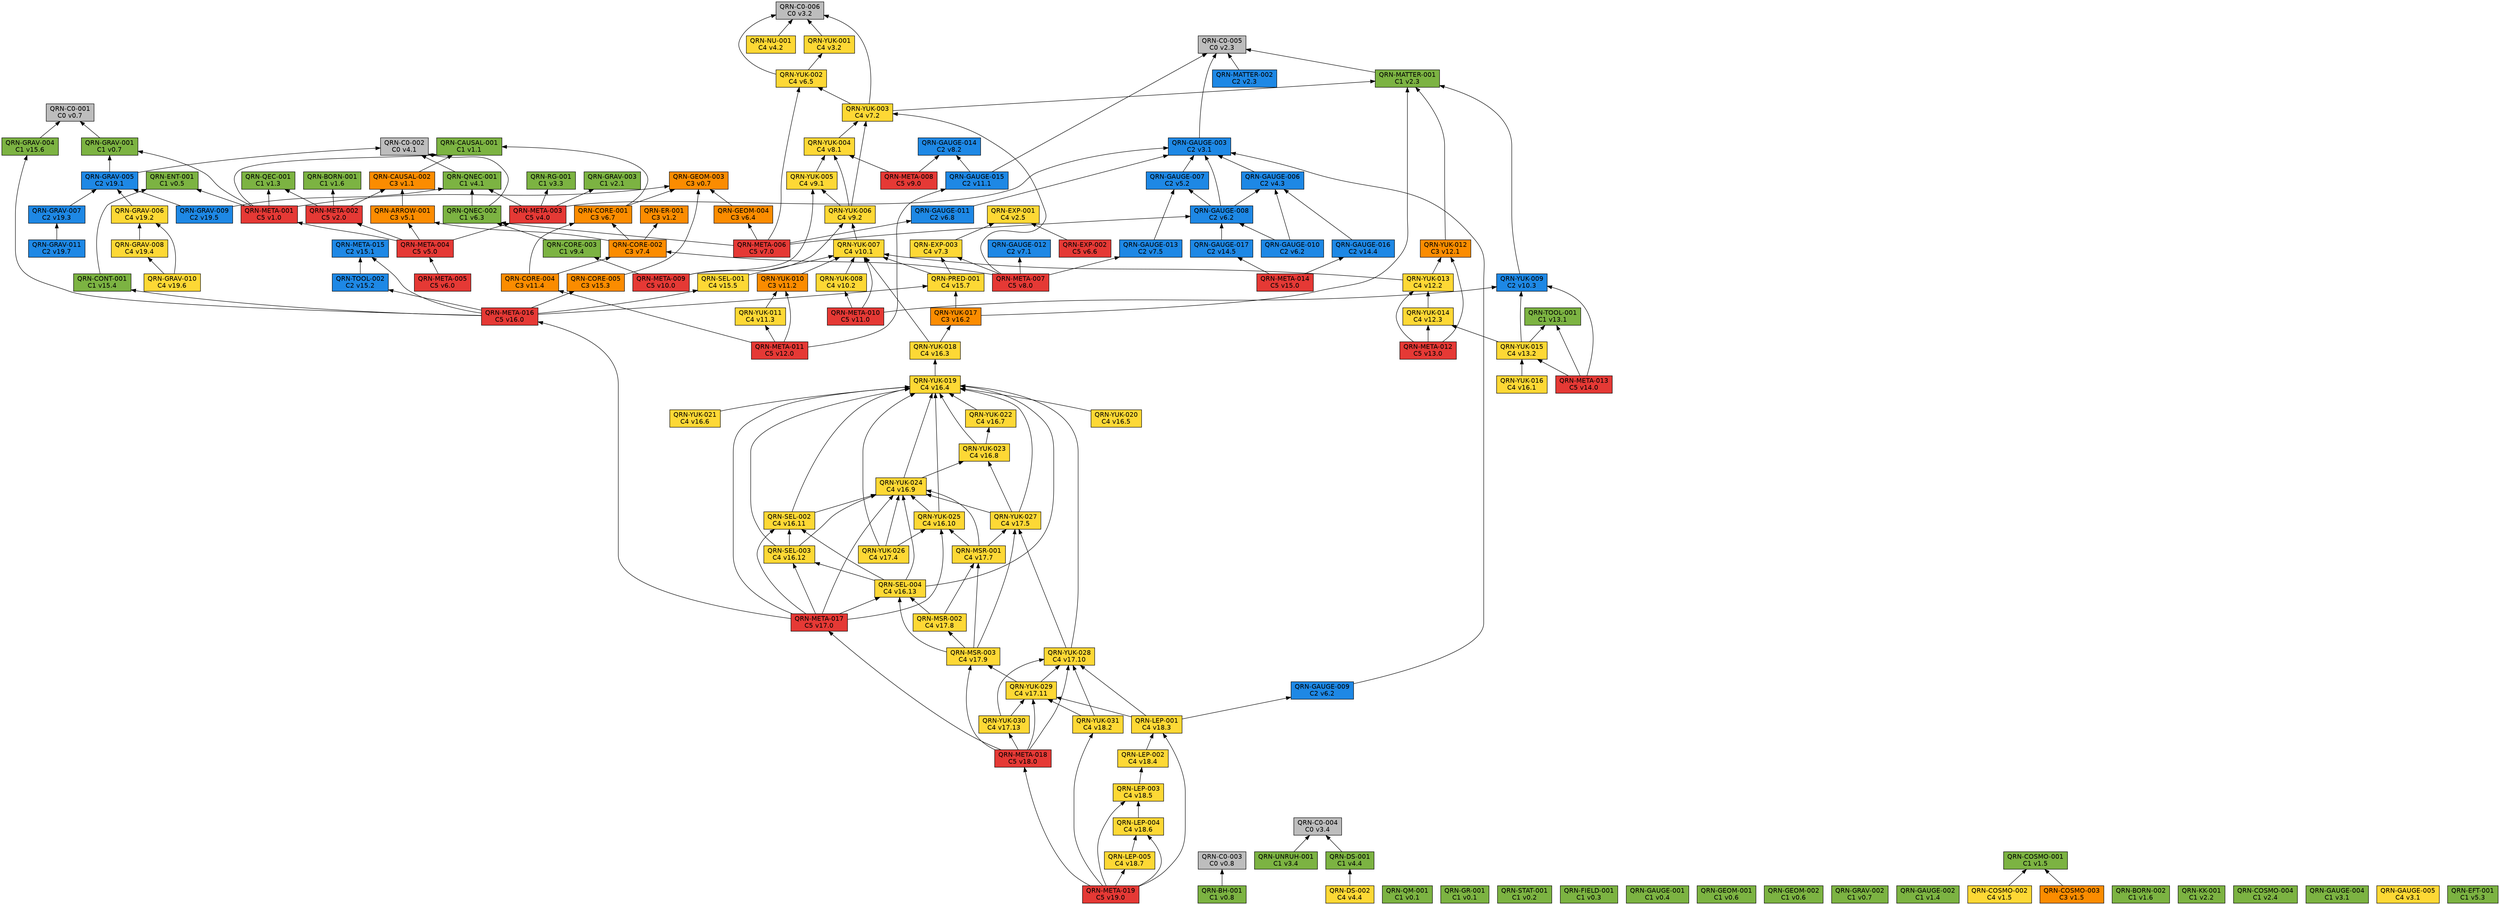
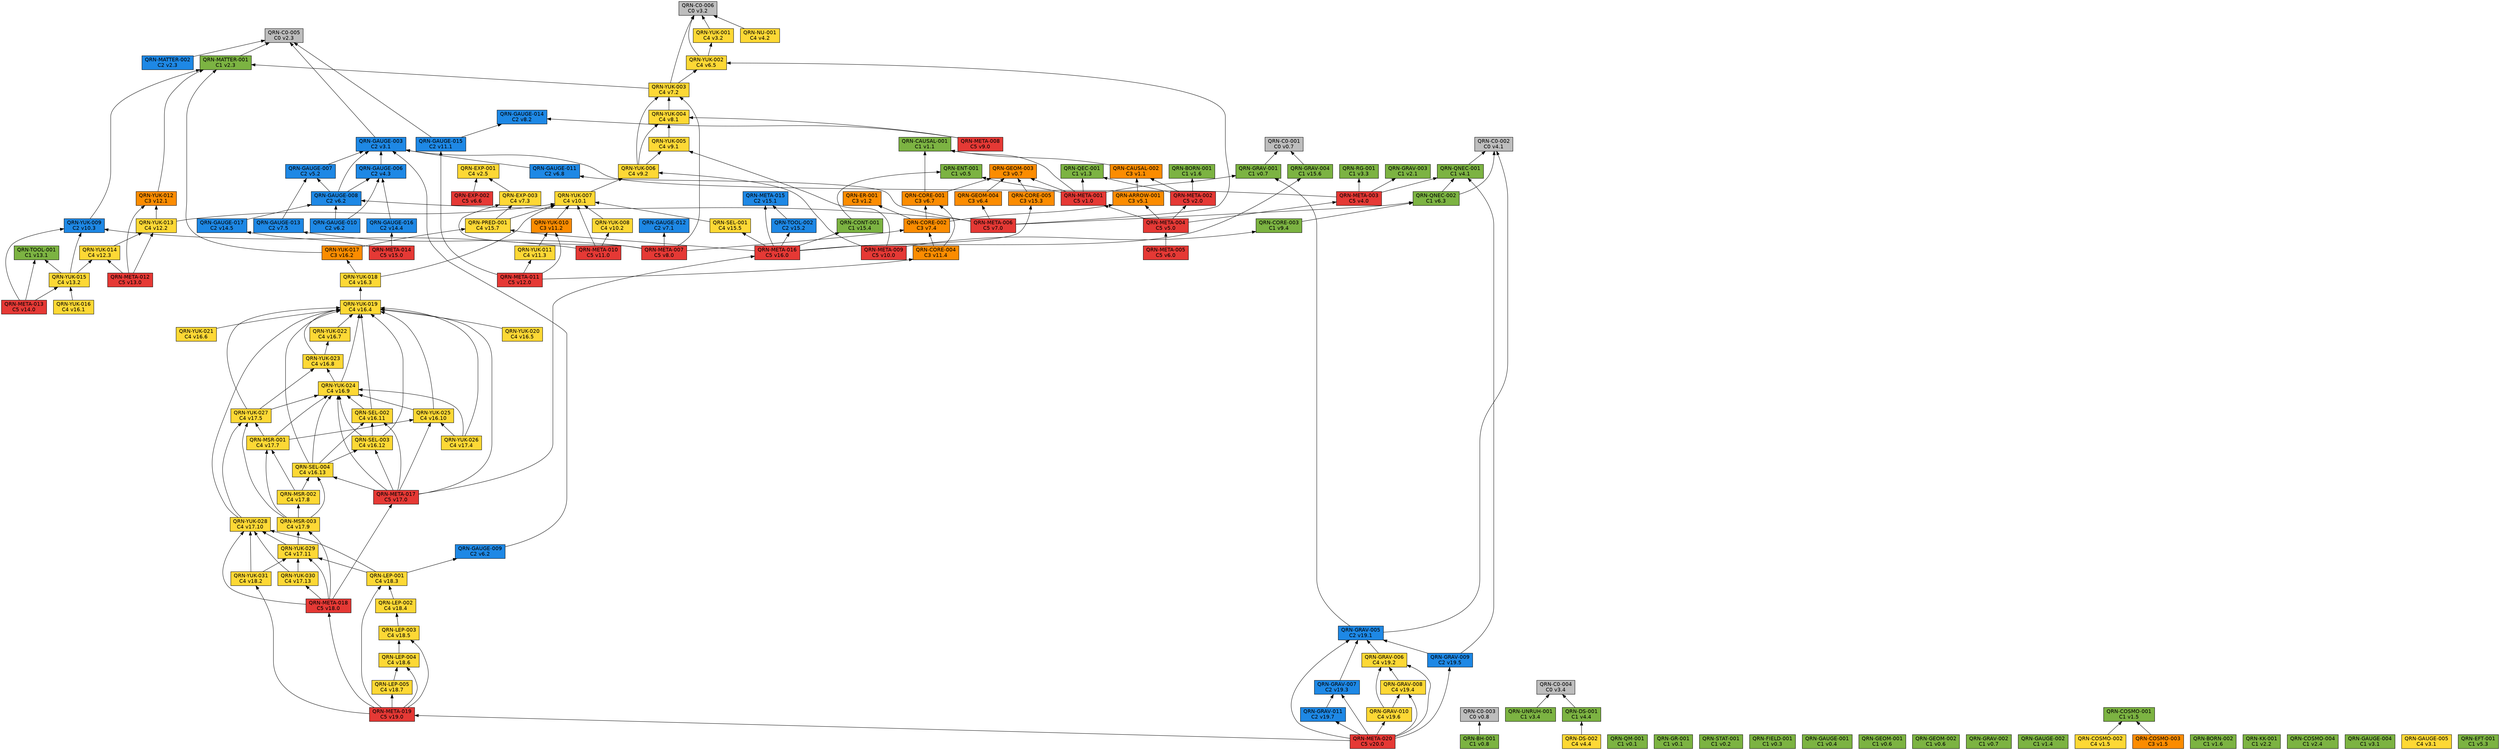
// 自動生成 (dag/report.pl) — QRN 主張依存グラフ
digraph qrn {
  rankdir=BT;
  node [shape=box, style=filled, fontname="Helvetica"];
  "QRN-C0-001" [fillcolor="#bdbdbd", label="QRN-C0-001\nC0 v0.7"];
  "QRN-C0-002" [fillcolor="#bdbdbd", label="QRN-C0-002\nC0 v4.1"];
  "QRN-C0-003" [fillcolor="#bdbdbd", label="QRN-C0-003\nC0 v0.8"];
  "QRN-C0-004" [fillcolor="#bdbdbd", label="QRN-C0-004\nC0 v3.4"];
  "QRN-C0-005" [fillcolor="#bdbdbd", label="QRN-C0-005\nC0 v2.3"];
  "QRN-C0-006" [fillcolor="#bdbdbd", label="QRN-C0-006\nC0 v3.2"];
  "QRN-QM-001" [fillcolor="#7cb342", label="QRN-QM-001\nC1 v0.1"];
  "QRN-GR-001" [fillcolor="#7cb342", label="QRN-GR-001\nC1 v0.1"];
  "QRN-STAT-001" [fillcolor="#7cb342", label="QRN-STAT-001\nC1 v0.2"];
  "QRN-FIELD-001" [fillcolor="#7cb342", label="QRN-FIELD-001\nC1 v0.3"];
  "QRN-GAUGE-001" [fillcolor="#7cb342", label="QRN-GAUGE-001\nC1 v0.4"];
  "QRN-ENT-001" [fillcolor="#7cb342", label="QRN-ENT-001\nC1 v0.5"];
  "QRN-GEOM-001" [fillcolor="#7cb342", label="QRN-GEOM-001\nC1 v0.6"];
  "QRN-GEOM-002" [fillcolor="#7cb342", label="QRN-GEOM-002\nC1 v0.6"];
  "QRN-GEOM-003" [fillcolor="#fb8c00", label="QRN-GEOM-003\nC3 v0.7"];
  "QRN-GRAV-001" [fillcolor="#7cb342", label="QRN-GRAV-001\nC1 v0.7"];
  "QRN-GRAV-002" [fillcolor="#7cb342", label="QRN-GRAV-002\nC1 v0.7"];
  "QRN-BH-001" [fillcolor="#7cb342", label="QRN-BH-001\nC1 v0.8"];
  "QRN-CAUSAL-001" [fillcolor="#7cb342", label="QRN-CAUSAL-001\nC1 v1.1"];
  "QRN-CAUSAL-002" [fillcolor="#fb8c00", label="QRN-CAUSAL-002\nC3 v1.1"];
  "QRN-ER-001" [fillcolor="#fb8c00", label="QRN-ER-001\nC3 v1.2"];
  "QRN-QEC-001" [fillcolor="#7cb342", label="QRN-QEC-001\nC1 v1.3"];
  "QRN-GAUGE-002" [fillcolor="#7cb342", label="QRN-GAUGE-002\nC1 v1.4"];
  "QRN-COSMO-001" [fillcolor="#7cb342", label="QRN-COSMO-001\nC1 v1.5"];
  "QRN-COSMO-002" [fillcolor="#fdd835", label="QRN-COSMO-002\nC4 v1.5"];
  "QRN-COSMO-003" [fillcolor="#fb8c00", label="QRN-COSMO-003\nC3 v1.5"];
  "QRN-BORN-001" [fillcolor="#7cb342", label="QRN-BORN-001\nC1 v1.6"];
  "QRN-BORN-002" [fillcolor="#7cb342", label="QRN-BORN-002\nC1 v1.6"];
  "QRN-GRAV-003" [fillcolor="#7cb342", label="QRN-GRAV-003\nC1 v2.1"];
  "QRN-KK-001" [fillcolor="#7cb342", label="QRN-KK-001\nC1 v2.2"];
  "QRN-MATTER-001" [fillcolor="#7cb342", label="QRN-MATTER-001\nC1 v2.3"];
  "QRN-MATTER-002" [fillcolor="#1e88e5", label="QRN-MATTER-002\nC2 v2.3"];
  "QRN-COSMO-004" [fillcolor="#7cb342", label="QRN-COSMO-004\nC1 v2.4"];
  "QRN-EXP-001" [fillcolor="#fdd835", label="QRN-EXP-001\nC4 v2.5"];
  "QRN-GAUGE-003" [fillcolor="#1e88e5", label="QRN-GAUGE-003\nC2 v3.1"];
  "QRN-GAUGE-004" [fillcolor="#7cb342", label="QRN-GAUGE-004\nC1 v3.1"];
  "QRN-GAUGE-005" [fillcolor="#fdd835", label="QRN-GAUGE-005\nC4 v3.1"];
  "QRN-YUK-001" [fillcolor="#fdd835", label="QRN-YUK-001\nC4 v3.2"];
  "QRN-RG-001" [fillcolor="#7cb342", label="QRN-RG-001\nC1 v3.3"];
  "QRN-UNRUH-001" [fillcolor="#7cb342", label="QRN-UNRUH-001\nC1 v3.4"];
  "QRN-QNEC-001" [fillcolor="#7cb342", label="QRN-QNEC-001\nC1 v4.1"];
  "QRN-NU-001" [fillcolor="#fdd835", label="QRN-NU-001\nC4 v4.2"];
  "QRN-GAUGE-006" [fillcolor="#1e88e5", label="QRN-GAUGE-006\nC2 v4.3"];
  "QRN-DS-001" [fillcolor="#7cb342", label="QRN-DS-001\nC1 v4.4"];
  "QRN-DS-002" [fillcolor="#fdd835", label="QRN-DS-002\nC4 v4.4"];
  "QRN-ARROW-001" [fillcolor="#fb8c00", label="QRN-ARROW-001\nC3 v5.1"];
  "QRN-GAUGE-007" [fillcolor="#1e88e5", label="QRN-GAUGE-007\nC2 v5.2"];
  "QRN-EFT-001" [fillcolor="#7cb342", label="QRN-EFT-001\nC1 v5.3"];
  "QRN-GAUGE-008" [fillcolor="#1e88e5", label="QRN-GAUGE-008\nC2 v6.2"];
  "QRN-GAUGE-009" [fillcolor="#1e88e5", label="QRN-GAUGE-009\nC2 v6.2"];
  "QRN-GAUGE-010" [fillcolor="#1e88e5", label="QRN-GAUGE-010\nC2 v6.2"];
  "QRN-QNEC-002" [fillcolor="#7cb342", label="QRN-QNEC-002\nC1 v6.3"];
  "QRN-GEOM-004" [fillcolor="#fb8c00", label="QRN-GEOM-004\nC3 v6.4"];
  "QRN-YUK-002" [fillcolor="#fdd835", label="QRN-YUK-002\nC4 v6.5"];
  "QRN-EXP-002" [fillcolor="#e53935", label="QRN-EXP-002\nC5 v6.6"];
  "QRN-CORE-001" [fillcolor="#fb8c00", label="QRN-CORE-001\nC3 v6.7"];
  "QRN-GAUGE-011" [fillcolor="#1e88e5", label="QRN-GAUGE-011\nC2 v6.8"];
  "QRN-GAUGE-012" [fillcolor="#1e88e5", label="QRN-GAUGE-012\nC2 v7.1"];
  "QRN-YUK-003" [fillcolor="#fdd835", label="QRN-YUK-003\nC4 v7.2"];
  "QRN-EXP-003" [fillcolor="#fdd835", label="QRN-EXP-003\nC4 v7.3"];
  "QRN-CORE-002" [fillcolor="#fb8c00", label="QRN-CORE-002\nC3 v7.4"];
  "QRN-GAUGE-013" [fillcolor="#1e88e5", label="QRN-GAUGE-013\nC2 v7.5"];
  "QRN-YUK-004" [fillcolor="#fdd835", label="QRN-YUK-004\nC4 v8.1"];
  "QRN-GAUGE-014" [fillcolor="#1e88e5", label="QRN-GAUGE-014\nC2 v8.2"];
  "QRN-META-001" [fillcolor="#e53935", label="QRN-META-001\nC5 v1.0"];
  "QRN-META-002" [fillcolor="#e53935", label="QRN-META-002\nC5 v2.0"];
  "QRN-META-003" [fillcolor="#e53935", label="QRN-META-003\nC5 v4.0"];
  "QRN-META-004" [fillcolor="#e53935", label="QRN-META-004\nC5 v5.0"];
  "QRN-META-005" [fillcolor="#e53935", label="QRN-META-005\nC5 v6.0"];
  "QRN-META-006" [fillcolor="#e53935", label="QRN-META-006\nC5 v7.0"];
  "QRN-META-007" [fillcolor="#e53935", label="QRN-META-007\nC5 v8.0"];
  "QRN-META-008" [fillcolor="#e53935", label="QRN-META-008\nC5 v9.0"];
  "QRN-YUK-005" [fillcolor="#fdd835", label="QRN-YUK-005\nC4 v9.1"];
  "QRN-YUK-006" [fillcolor="#fdd835", label="QRN-YUK-006\nC4 v9.2"];
  "QRN-CORE-003" [fillcolor="#7cb342", label="QRN-CORE-003\nC1 v9.4"];
  "QRN-META-009" [fillcolor="#e53935", label="QRN-META-009\nC5 v10.0"];
  "QRN-YUK-007" [fillcolor="#fdd835", label="QRN-YUK-007\nC4 v10.1"];
  "QRN-YUK-008" [fillcolor="#fdd835", label="QRN-YUK-008\nC4 v10.2"];
  "QRN-YUK-009" [fillcolor="#1e88e5", label="QRN-YUK-009\nC2 v10.3"];
  "QRN-META-010" [fillcolor="#e53935", label="QRN-META-010\nC5 v11.0"];
  "QRN-GAUGE-015" [fillcolor="#1e88e5", label="QRN-GAUGE-015\nC2 v11.1"];
  "QRN-YUK-010" [fillcolor="#fb8c00", label="QRN-YUK-010\nC3 v11.2"];
  "QRN-YUK-011" [fillcolor="#fdd835", label="QRN-YUK-011\nC4 v11.3"];
  "QRN-CORE-004" [fillcolor="#fb8c00", label="QRN-CORE-004\nC3 v11.4"];
  "QRN-META-011" [fillcolor="#e53935", label="QRN-META-011\nC5 v12.0"];
  "QRN-YUK-012" [fillcolor="#fb8c00", label="QRN-YUK-012\nC3 v12.1"];
  "QRN-YUK-013" [fillcolor="#fdd835", label="QRN-YUK-013\nC4 v12.2"];
  "QRN-YUK-014" [fillcolor="#fdd835", label="QRN-YUK-014\nC4 v12.3"];
  "QRN-META-012" [fillcolor="#e53935", label="QRN-META-012\nC5 v13.0"];
  "QRN-TOOL-001" [fillcolor="#7cb342", label="QRN-TOOL-001\nC1 v13.1"];
  "QRN-YUK-015" [fillcolor="#fdd835", label="QRN-YUK-015\nC4 v13.2"];
  "QRN-META-013" [fillcolor="#e53935", label="QRN-META-013\nC5 v14.0"];
  "QRN-GAUGE-016" [fillcolor="#1e88e5", label="QRN-GAUGE-016\nC2 v14.4"];
  "QRN-GAUGE-017" [fillcolor="#1e88e5", label="QRN-GAUGE-017\nC2 v14.5"];
  "QRN-META-014" [fillcolor="#e53935", label="QRN-META-014\nC5 v15.0"];
  "QRN-META-015" [fillcolor="#1e88e5", label="QRN-META-015\nC2 v15.1"];
  "QRN-TOOL-002" [fillcolor="#1e88e5", label="QRN-TOOL-002\nC2 v15.2"];
  "QRN-CORE-005" [fillcolor="#fb8c00", label="QRN-CORE-005\nC3 v15.3"];
  "QRN-CONT-001" [fillcolor="#7cb342", label="QRN-CONT-001\nC1 v15.4"];
  "QRN-SEL-001" [fillcolor="#fdd835", label="QRN-SEL-001\nC4 v15.5"];
  "QRN-GRAV-004" [fillcolor="#7cb342", label="QRN-GRAV-004\nC1 v15.6"];
  "QRN-PRED-001" [fillcolor="#fdd835", label="QRN-PRED-001\nC4 v15.7"];
  "QRN-META-016" [fillcolor="#e53935", label="QRN-META-016\nC5 v16.0"];
  "QRN-YUK-016" [fillcolor="#fdd835", label="QRN-YUK-016\nC4 v16.1"];
  "QRN-YUK-017" [fillcolor="#fb8c00", label="QRN-YUK-017\nC3 v16.2"];
  "QRN-YUK-018" [fillcolor="#fdd835", label="QRN-YUK-018\nC4 v16.3"];
  "QRN-YUK-019" [fillcolor="#fdd835", label="QRN-YUK-019\nC4 v16.4"];
  "QRN-YUK-020" [fillcolor="#fdd835", label="QRN-YUK-020\nC4 v16.5"];
  "QRN-YUK-021" [fillcolor="#fdd835", label="QRN-YUK-021\nC4 v16.6"];
  "QRN-YUK-022" [fillcolor="#fdd835", label="QRN-YUK-022\nC4 v16.7"];
  "QRN-YUK-023" [fillcolor="#fdd835", label="QRN-YUK-023\nC4 v16.8"];
  "QRN-YUK-024" [fillcolor="#fdd835", label="QRN-YUK-024\nC4 v16.9"];
  "QRN-YUK-025" [fillcolor="#fdd835", label="QRN-YUK-025\nC4 v16.10"];
  "QRN-SEL-002" [fillcolor="#fdd835", label="QRN-SEL-002\nC4 v16.11"];
  "QRN-SEL-003" [fillcolor="#fdd835", label="QRN-SEL-003\nC4 v16.12"];
  "QRN-SEL-004" [fillcolor="#fdd835", label="QRN-SEL-004\nC4 v16.13"];
  "QRN-META-017" [fillcolor="#e53935", label="QRN-META-017\nC5 v17.0"];
  "QRN-YUK-026" [fillcolor="#fdd835", label="QRN-YUK-026\nC4 v17.4"];
  "QRN-YUK-027" [fillcolor="#fdd835", label="QRN-YUK-027\nC4 v17.5"];
  "QRN-MSR-001" [fillcolor="#fdd835", label="QRN-MSR-001\nC4 v17.7"];
  "QRN-MSR-002" [fillcolor="#fdd835", label="QRN-MSR-002\nC4 v17.8"];
  "QRN-MSR-003" [fillcolor="#fdd835", label="QRN-MSR-003\nC4 v17.9"];
  "QRN-YUK-028" [fillcolor="#fdd835", label="QRN-YUK-028\nC4 v17.10"];
  "QRN-YUK-029" [fillcolor="#fdd835", label="QRN-YUK-029\nC4 v17.11"];
  "QRN-YUK-030" [fillcolor="#fdd835", label="QRN-YUK-030\nC4 v17.13"];
  "QRN-META-018" [fillcolor="#e53935", label="QRN-META-018\nC5 v18.0"];
  "QRN-YUK-031" [fillcolor="#fdd835", label="QRN-YUK-031\nC4 v18.2"];
  "QRN-LEP-001" [fillcolor="#fdd835", label="QRN-LEP-001\nC4 v18.3"];
  "QRN-LEP-002" [fillcolor="#fdd835", label="QRN-LEP-002\nC4 v18.4"];
  "QRN-LEP-003" [fillcolor="#fdd835", label="QRN-LEP-003\nC4 v18.5"];
  "QRN-LEP-004" [fillcolor="#fdd835", label="QRN-LEP-004\nC4 v18.6"];
  "QRN-LEP-005" [fillcolor="#fdd835", label="QRN-LEP-005\nC4 v18.7"];
  "QRN-META-019" [fillcolor="#e53935", label="QRN-META-019\nC5 v19.0"];
  "QRN-GRAV-005" [fillcolor="#1e88e5", label="QRN-GRAV-005\nC2 v19.1"];
  "QRN-GRAV-006" [fillcolor="#fdd835", label="QRN-GRAV-006\nC4 v19.2"];
  "QRN-GRAV-007" [fillcolor="#1e88e5", label="QRN-GRAV-007\nC2 v19.3"];
  "QRN-GRAV-008" [fillcolor="#fdd835", label="QRN-GRAV-008\nC4 v19.4"];
  "QRN-GRAV-009" [fillcolor="#1e88e5", label="QRN-GRAV-009\nC2 v19.5"];
  "QRN-GRAV-010" [fillcolor="#fdd835", label="QRN-GRAV-010\nC4 v19.6"];
  "QRN-GRAV-011" [fillcolor="#1e88e5", label="QRN-GRAV-011\nC2 v19.7"];
+   "QRN-META-020" [fillcolor="#e53935", label="QRN-META-020\nC5 v20.0"];
  "QRN-GRAV-001" -> "QRN-C0-001";
  "QRN-BH-001" -> "QRN-C0-003";
  "QRN-CAUSAL-002" -> "QRN-CAUSAL-001";
  "QRN-COSMO-002" -> "QRN-COSMO-001";
  "QRN-COSMO-003" -> "QRN-COSMO-001";
  "QRN-MATTER-001" -> "QRN-C0-005";
  "QRN-MATTER-002" -> "QRN-C0-005";
  "QRN-GAUGE-003" -> "QRN-C0-005";
  "QRN-YUK-001" -> "QRN-C0-006";
  "QRN-UNRUH-001" -> "QRN-C0-004";
  "QRN-QNEC-001" -> "QRN-C0-002";
  "QRN-NU-001" -> "QRN-C0-006";
  "QRN-GAUGE-006" -> "QRN-GAUGE-003";
  "QRN-DS-001" -> "QRN-C0-004";
  "QRN-DS-002" -> "QRN-DS-001";
  "QRN-ARROW-001" -> "QRN-CAUSAL-002";
  "QRN-GAUGE-007" -> "QRN-GAUGE-003";
  "QRN-GAUGE-008" -> "QRN-GAUGE-003";
  "QRN-GAUGE-008" -> "QRN-GAUGE-006";
  "QRN-GAUGE-008" -> "QRN-GAUGE-007";
  "QRN-GAUGE-009" -> "QRN-GAUGE-003";
  "QRN-GAUGE-010" -> "QRN-GAUGE-006";
  "QRN-GAUGE-010" -> "QRN-GAUGE-008";
  "QRN-QNEC-002" -> "QRN-C0-002";
  "QRN-QNEC-002" -> "QRN-QNEC-001";
  "QRN-GEOM-004" -> "QRN-GEOM-003";
  "QRN-YUK-002" -> "QRN-C0-006";
  "QRN-YUK-002" -> "QRN-YUK-001";
  "QRN-EXP-002" -> "QRN-EXP-001";
  "QRN-CORE-001" -> "QRN-GEOM-003";
  "QRN-CORE-001" -> "QRN-CAUSAL-001";
  "QRN-GAUGE-011" -> "QRN-GAUGE-003";
  "QRN-YUK-003" -> "QRN-C0-006";
  "QRN-YUK-003" -> "QRN-MATTER-001";
  "QRN-YUK-003" -> "QRN-YUK-002";
  "QRN-EXP-003" -> "QRN-EXP-001";
  "QRN-CORE-002" -> "QRN-CORE-001";
  "QRN-CORE-002" -> "QRN-ER-001";
  "QRN-CORE-002" -> "QRN-ARROW-001";
  "QRN-GAUGE-013" -> "QRN-GAUGE-007";
  "QRN-YUK-004" -> "QRN-YUK-003";
  "QRN-META-001" -> "QRN-GEOM-003";
  "QRN-META-001" -> "QRN-GRAV-001";
  "QRN-META-001" -> "QRN-CAUSAL-001";
  "QRN-META-001" -> "QRN-QEC-001";
  "QRN-META-001" -> "QRN-ENT-001";
  "QRN-META-002" -> "QRN-QEC-001";
  "QRN-META-002" -> "QRN-BORN-001";
  "QRN-META-002" -> "QRN-CAUSAL-002";
  "QRN-META-003" -> "QRN-GAUGE-003";
  "QRN-META-003" -> "QRN-RG-001";
  "QRN-META-003" -> "QRN-QNEC-001";
  "QRN-META-003" -> "QRN-GRAV-003";
  "QRN-META-004" -> "QRN-META-001";
  "QRN-META-004" -> "QRN-META-002";
  "QRN-META-004" -> "QRN-META-003";
  "QRN-META-004" -> "QRN-ARROW-001";
  "QRN-META-005" -> "QRN-META-004";
  "QRN-META-006" -> "QRN-GAUGE-008";
  "QRN-META-006" -> "QRN-QNEC-002";
  "QRN-META-006" -> "QRN-GEOM-004";
  "QRN-META-006" -> "QRN-YUK-002";
  "QRN-META-006" -> "QRN-GAUGE-011";
  "QRN-META-007" -> "QRN-GAUGE-012";
  "QRN-META-007" -> "QRN-YUK-003";
  "QRN-META-007" -> "QRN-EXP-003";
  "QRN-META-007" -> "QRN-CORE-002";
  "QRN-META-007" -> "QRN-GAUGE-013";
  "QRN-META-008" -> "QRN-YUK-004";
  "QRN-META-008" -> "QRN-GAUGE-014";
  "QRN-YUK-005" -> "QRN-YUK-004";
  "QRN-YUK-006" -> "QRN-YUK-003";
  "QRN-YUK-006" -> "QRN-YUK-004";
  "QRN-YUK-006" -> "QRN-YUK-005";
  "QRN-CORE-003" -> "QRN-QNEC-002";
  "QRN-META-009" -> "QRN-YUK-005";
  "QRN-META-009" -> "QRN-YUK-006";
  "QRN-META-009" -> "QRN-CORE-003";
  "QRN-YUK-007" -> "QRN-YUK-006";
  "QRN-YUK-008" -> "QRN-YUK-007";
  "QRN-YUK-009" -> "QRN-MATTER-001";
  "QRN-META-010" -> "QRN-YUK-007";
  "QRN-META-010" -> "QRN-YUK-008";
  "QRN-META-010" -> "QRN-YUK-009";
  "QRN-GAUGE-015" -> "QRN-C0-005";
  "QRN-GAUGE-015" -> "QRN-GAUGE-014";
  "QRN-YUK-010" -> "QRN-YUK-007";
  "QRN-YUK-011" -> "QRN-YUK-010";
  "QRN-CORE-004" -> "QRN-CORE-001";
  "QRN-CORE-004" -> "QRN-CORE-002";
  "QRN-META-011" -> "QRN-GAUGE-015";
  "QRN-META-011" -> "QRN-YUK-010";
  "QRN-META-011" -> "QRN-YUK-011";
  "QRN-META-011" -> "QRN-CORE-004";
  "QRN-YUK-012" -> "QRN-MATTER-001";
  "QRN-YUK-013" -> "QRN-YUK-012";
  "QRN-YUK-013" -> "QRN-YUK-007";
  "QRN-YUK-014" -> "QRN-YUK-013";
  "QRN-META-012" -> "QRN-YUK-012";
  "QRN-META-012" -> "QRN-YUK-013";
  "QRN-META-012" -> "QRN-YUK-014";
  "QRN-YUK-015" -> "QRN-YUK-014";
  "QRN-YUK-015" -> "QRN-TOOL-001";
  "QRN-YUK-015" -> "QRN-YUK-009";
  "QRN-META-013" -> "QRN-YUK-015";
  "QRN-META-013" -> "QRN-TOOL-001";
  "QRN-META-013" -> "QRN-YUK-009";
  "QRN-GAUGE-016" -> "QRN-GAUGE-006";
  "QRN-GAUGE-017" -> "QRN-GAUGE-008";
  "QRN-META-014" -> "QRN-GAUGE-016";
  "QRN-META-014" -> "QRN-GAUGE-017";
  "QRN-TOOL-002" -> "QRN-META-015";
  "QRN-CORE-005" -> "QRN-GEOM-003";
  "QRN-CONT-001" -> "QRN-ENT-001";
  "QRN-SEL-001" -> "QRN-YUK-007";
  "QRN-GRAV-004" -> "QRN-C0-001";
  "QRN-PRED-001" -> "QRN-YUK-007";
  "QRN-PRED-001" -> "QRN-EXP-003";
  "QRN-META-016" -> "QRN-META-015";
  "QRN-META-016" -> "QRN-TOOL-002";
  "QRN-META-016" -> "QRN-CORE-005";
  "QRN-META-016" -> "QRN-CONT-001";
  "QRN-META-016" -> "QRN-SEL-001";
  "QRN-META-016" -> "QRN-GRAV-004";
  "QRN-META-016" -> "QRN-PRED-001";
  "QRN-YUK-016" -> "QRN-YUK-015";
  "QRN-YUK-017" -> "QRN-MATTER-001";
  "QRN-YUK-017" -> "QRN-PRED-001";
  "QRN-YUK-018" -> "QRN-YUK-017";
  "QRN-YUK-018" -> "QRN-YUK-007";
  "QRN-YUK-019" -> "QRN-YUK-018";
  "QRN-YUK-020" -> "QRN-YUK-019";
  "QRN-YUK-021" -> "QRN-YUK-019";
  "QRN-YUK-022" -> "QRN-YUK-019";
  "QRN-YUK-023" -> "QRN-YUK-019";
  "QRN-YUK-023" -> "QRN-YUK-022";
  "QRN-YUK-024" -> "QRN-YUK-019";
  "QRN-YUK-024" -> "QRN-YUK-023";
  "QRN-YUK-025" -> "QRN-YUK-019";
  "QRN-YUK-025" -> "QRN-YUK-024";
  "QRN-SEL-002" -> "QRN-YUK-019";
  "QRN-SEL-002" -> "QRN-YUK-024";
  "QRN-SEL-003" -> "QRN-YUK-019";
  "QRN-SEL-003" -> "QRN-YUK-024";
  "QRN-SEL-003" -> "QRN-SEL-002";
  "QRN-SEL-004" -> "QRN-YUK-019";
  "QRN-SEL-004" -> "QRN-YUK-024";
  "QRN-SEL-004" -> "QRN-SEL-002";
  "QRN-SEL-004" -> "QRN-SEL-003";
  "QRN-META-017" -> "QRN-META-016";
  "QRN-META-017" -> "QRN-YUK-019";
  "QRN-META-017" -> "QRN-YUK-024";
  "QRN-META-017" -> "QRN-YUK-025";
  "QRN-META-017" -> "QRN-SEL-002";
  "QRN-META-017" -> "QRN-SEL-003";
  "QRN-META-017" -> "QRN-SEL-004";
  "QRN-YUK-026" -> "QRN-YUK-019";
  "QRN-YUK-026" -> "QRN-YUK-024";
  "QRN-YUK-026" -> "QRN-YUK-025";
  "QRN-YUK-027" -> "QRN-YUK-019";
  "QRN-YUK-027" -> "QRN-YUK-023";
  "QRN-YUK-027" -> "QRN-YUK-024";
  "QRN-MSR-001" -> "QRN-YUK-024";
  "QRN-MSR-001" -> "QRN-YUK-025";
  "QRN-MSR-001" -> "QRN-YUK-027";
  "QRN-MSR-002" -> "QRN-SEL-004";
  "QRN-MSR-002" -> "QRN-MSR-001";
  "QRN-MSR-003" -> "QRN-MSR-001";
  "QRN-MSR-003" -> "QRN-MSR-002";
  "QRN-MSR-003" -> "QRN-SEL-004";
  "QRN-MSR-003" -> "QRN-YUK-027";
  "QRN-YUK-028" -> "QRN-YUK-019";
  "QRN-YUK-028" -> "QRN-YUK-027";
  "QRN-YUK-029" -> "QRN-YUK-028";
  "QRN-YUK-029" -> "QRN-MSR-003";
  "QRN-YUK-030" -> "QRN-YUK-028";
  "QRN-YUK-030" -> "QRN-YUK-029";
  "QRN-META-018" -> "QRN-META-017";
  "QRN-META-018" -> "QRN-MSR-003";
  "QRN-META-018" -> "QRN-YUK-028";
  "QRN-META-018" -> "QRN-YUK-029";
  "QRN-META-018" -> "QRN-YUK-030";
  "QRN-YUK-031" -> "QRN-YUK-028";
  "QRN-YUK-031" -> "QRN-YUK-029";
  "QRN-LEP-001" -> "QRN-YUK-028";
  "QRN-LEP-001" -> "QRN-YUK-029";
  "QRN-LEP-001" -> "QRN-GAUGE-009";
  "QRN-LEP-002" -> "QRN-LEP-001";
  "QRN-LEP-003" -> "QRN-LEP-002";
  "QRN-LEP-004" -> "QRN-LEP-003";
  "QRN-LEP-005" -> "QRN-LEP-004";
  "QRN-META-019" -> "QRN-META-018";
  "QRN-META-019" -> "QRN-YUK-031";
  "QRN-META-019" -> "QRN-LEP-001";
  "QRN-META-019" -> "QRN-LEP-003";
  "QRN-META-019" -> "QRN-LEP-004";
  "QRN-META-019" -> "QRN-LEP-005";
  "QRN-GRAV-005" -> "QRN-C0-002";
  "QRN-GRAV-005" -> "QRN-GRAV-001";
  "QRN-GRAV-006" -> "QRN-GRAV-005";
  "QRN-GRAV-007" -> "QRN-GRAV-005";
  "QRN-GRAV-008" -> "QRN-GRAV-006";
  "QRN-GRAV-009" -> "QRN-GRAV-005";
  "QRN-GRAV-009" -> "QRN-QNEC-001";
  "QRN-GRAV-010" -> "QRN-GRAV-006";
  "QRN-GRAV-010" -> "QRN-GRAV-008";
  "QRN-GRAV-011" -> "QRN-GRAV-007";
+   "QRN-META-020" -> "QRN-META-019";
+   "QRN-META-020" -> "QRN-GRAV-005";
+   "QRN-META-020" -> "QRN-GRAV-006";
+   "QRN-META-020" -> "QRN-GRAV-007";
+   "QRN-META-020" -> "QRN-GRAV-008";
+   "QRN-META-020" -> "QRN-GRAV-009";
+   "QRN-META-020" -> "QRN-GRAV-010";
+   "QRN-META-020" -> "QRN-GRAV-011";
}
